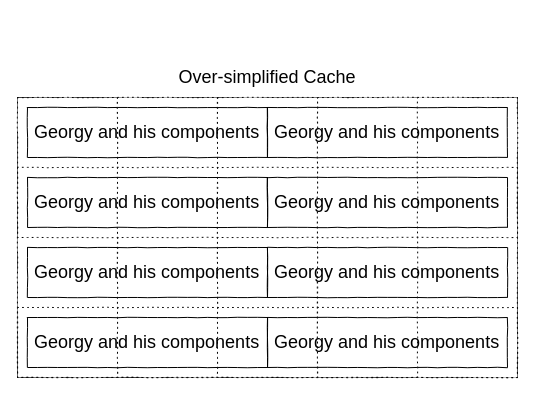
This is page "Page-1" (1 of 2) of ECS_2/What_is_ECS_part_2.drawio from PaperPrototype/flowchart-diagrams, a draw.io file, before an edit. Source tidied: cells renumbered, new cells numbered last; positions are measured from the earlier drawing's top-left corner, leaving out a move shared by most shapes. Both pictures are drawn from the tidied source at 100%, with x=0, y=0 at pixel (17, 67).
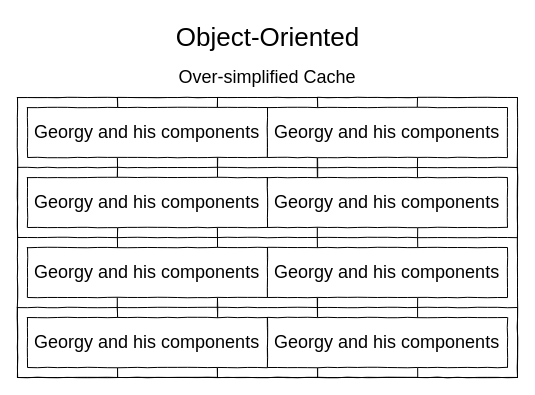
The same page after the edit.

Diff of the diagram source:
```diff
@@
 <mxGraphModel>
   <root>
     <mxCell id="0" />
     <mxCell id="1" parent="0" />
     <mxCell id="2" style="rounded=0;whiteSpace=wrap;html=1;" parent="1" vertex="1">
       <mxGeometry y="30" width="500" height="280" as="geometry" />
     </mxCell>
     <mxCell id="3" value="Over-simplified Cache" style="text;html=1;strokeColor=none;fillColor=none;align=center;verticalAlign=middle;whiteSpace=wrap;rounded=0;fontSize=18;" parent="1" vertex="1">
       <mxGeometry x="65" width="370" height="20" as="geometry" />
     </mxCell>
-    <mxCell id="4" style="rounded=0;whiteSpace=wrap;html=1;comic=1;jiggle=0.5;fontSize=18;align=left;dashed=1;dashPattern=1 4;" parent="1" vertex="1">
+    <mxCell id="4" style="rounded=0;whiteSpace=wrap;html=1;comic=1;jiggle=0.5;fontSize=18;align=left;" parent="1" vertex="1">
       <mxGeometry y="30" width="100" height="280" as="geometry" />
     </mxCell>
-    <mxCell id="5" style="rounded=0;whiteSpace=wrap;html=1;comic=1;jiggle=0.5;fontSize=18;align=left;dashed=1;dashPattern=1 4;" parent="1" vertex="1">
+    <mxCell id="5" style="rounded=0;whiteSpace=wrap;html=1;comic=1;jiggle=0.5;fontSize=18;align=left;" parent="1" vertex="1">
       <mxGeometry x="100" y="30" width="100" height="280" as="geometry" />
     </mxCell>
-    <mxCell id="6" style="rounded=0;whiteSpace=wrap;html=1;comic=1;jiggle=0.5;fontSize=18;align=left;dashed=1;dashPattern=1 4;" parent="1" vertex="1">
+    <mxCell id="6" style="rounded=0;whiteSpace=wrap;html=1;comic=1;jiggle=0.5;fontSize=18;align=left;" parent="1" vertex="1">
       <mxGeometry x="200" y="30" width="100" height="280" as="geometry" />
     </mxCell>
-    <mxCell id="7" style="rounded=0;whiteSpace=wrap;html=1;comic=1;jiggle=0.5;fontSize=18;align=left;dashed=1;dashPattern=1 4;" parent="1" vertex="1">
+    <mxCell id="7" style="rounded=0;whiteSpace=wrap;html=1;comic=1;jiggle=0.5;fontSize=18;align=left;" parent="1" vertex="1">
       <mxGeometry x="300" y="30" width="110" height="280" as="geometry" />
     </mxCell>
-    <mxCell id="8" style="rounded=0;whiteSpace=wrap;html=1;comic=1;jiggle=0.5;fontSize=18;align=left;dashed=1;dashPattern=1 4;" parent="1" vertex="1">
+    <mxCell id="8" style="rounded=0;whiteSpace=wrap;html=1;comic=1;jiggle=0.5;fontSize=18;align=left;" parent="1" vertex="1">
       <mxGeometry x="400" y="30" width="100" height="280" as="geometry" />
     </mxCell>
-    <mxCell id="9" style="rounded=0;whiteSpace=wrap;html=1;comic=1;jiggle=0.5;fontSize=18;align=left;dashed=1;dashPattern=1 4;fillColor=none;" parent="1" vertex="1">
+    <mxCell id="9" style="rounded=0;whiteSpace=wrap;html=1;comic=1;jiggle=0.5;fontSize=18;align=left;fillColor=none;" parent="1" vertex="1">
       <mxGeometry y="240" width="500" height="70" as="geometry" />
     </mxCell>
-    <mxCell id="10" style="rounded=0;whiteSpace=wrap;html=1;comic=1;jiggle=0.5;fontSize=18;align=left;dashed=1;dashPattern=1 4;fillColor=none;" parent="1" vertex="1">
+    <mxCell id="10" style="rounded=0;whiteSpace=wrap;html=1;comic=1;jiggle=0.5;fontSize=18;align=left;fillColor=none;" parent="1" vertex="1">
       <mxGeometry y="100" width="500" height="70" as="geometry" />
     </mxCell>
-    <mxCell id="11" value="&amp;nbsp;Georgy and his components" style="rounded=0;whiteSpace=wrap;html=1;comic=1;jiggle=0.5;fillColor=none;fontFamily=Helvetica;fontSize=18;align=left;" parent="1" vertex="1">
+    <mxCell id="11" value="&amp;nbsp;Georgy and his components" style="rounded=0;whiteSpace=wrap;html=1;comic=1;jiggle=0.5;fontFamily=Helvetica;fontSize=18;align=left;" parent="1" vertex="1">
       <mxGeometry x="10" y="40" width="240" height="50" as="geometry" />
     </mxCell>
-    <mxCell id="12" value="&amp;nbsp;Georgy and his components" style="rounded=0;whiteSpace=wrap;html=1;comic=1;jiggle=0.5;fillColor=none;fontFamily=Helvetica;fontSize=18;align=left;" parent="1" vertex="1">
+    <mxCell id="12" value="&amp;nbsp;Georgy and his components" style="rounded=0;whiteSpace=wrap;html=1;comic=1;jiggle=0.5;fontFamily=Helvetica;fontSize=18;align=left;" parent="1" vertex="1">
       <mxGeometry x="250" y="40" width="240" height="50" as="geometry" />
     </mxCell>
-    <mxCell id="13" value="&amp;nbsp;Georgy and his components" style="rounded=0;whiteSpace=wrap;html=1;comic=1;jiggle=0.5;fillColor=none;fontFamily=Helvetica;fontSize=18;align=left;" parent="1" vertex="1">
+    <mxCell id="13" value="&amp;nbsp;Georgy and his components" style="rounded=0;whiteSpace=wrap;html=1;comic=1;jiggle=0.5;fontFamily=Helvetica;fontSize=18;align=left;" parent="1" vertex="1">
       <mxGeometry x="10" y="110" width="240" height="50" as="geometry" />
     </mxCell>
-    <mxCell id="14" value="&amp;nbsp;Georgy and his components" style="rounded=0;whiteSpace=wrap;html=1;comic=1;jiggle=0.5;fillColor=none;fontFamily=Helvetica;fontSize=18;align=left;" parent="1" vertex="1">
+    <mxCell id="14" value="&amp;nbsp;Georgy and his components" style="rounded=0;whiteSpace=wrap;html=1;comic=1;jiggle=0.5;fontFamily=Helvetica;fontSize=18;align=left;" parent="1" vertex="1">
       <mxGeometry x="250" y="110" width="240" height="50" as="geometry" />
     </mxCell>
-    <mxCell id="15" value="&amp;nbsp;Georgy and his components" style="rounded=0;whiteSpace=wrap;html=1;comic=1;jiggle=0.5;fillColor=none;fontFamily=Helvetica;fontSize=18;align=left;" parent="1" vertex="1">
+    <mxCell id="15" value="&amp;nbsp;Georgy and his components" style="rounded=0;whiteSpace=wrap;html=1;comic=1;jiggle=0.5;fontFamily=Helvetica;fontSize=18;align=left;" parent="1" vertex="1">
       <mxGeometry x="10" y="180" width="240" height="50" as="geometry" />
     </mxCell>
-    <mxCell id="16" value="&amp;nbsp;Georgy and his components" style="rounded=0;whiteSpace=wrap;html=1;comic=1;jiggle=0.5;fillColor=none;fontFamily=Helvetica;fontSize=18;align=left;" parent="1" vertex="1">
+    <mxCell id="16" value="&amp;nbsp;Georgy and his components" style="rounded=0;whiteSpace=wrap;html=1;comic=1;jiggle=0.5;fontFamily=Helvetica;fontSize=18;align=left;" parent="1" vertex="1">
       <mxGeometry x="250" y="180" width="240" height="50" as="geometry" />
     </mxCell>
-    <mxCell id="17" value="&amp;nbsp;Georgy and his components" style="rounded=0;whiteSpace=wrap;html=1;comic=1;jiggle=0.5;fillColor=none;fontFamily=Helvetica;fontSize=18;align=left;" parent="1" vertex="1">
+    <mxCell id="17" value="&amp;nbsp;Georgy and his components" style="rounded=0;whiteSpace=wrap;html=1;comic=1;jiggle=0.5;fontFamily=Helvetica;fontSize=18;align=left;" parent="1" vertex="1">
       <mxGeometry x="10" y="250" width="240" height="50" as="geometry" />
     </mxCell>
-    <mxCell id="18" value="&amp;nbsp;Georgy and his components" style="rounded=0;whiteSpace=wrap;html=1;comic=1;jiggle=0.5;fillColor=none;fontFamily=Helvetica;fontSize=18;align=left;" parent="1" vertex="1">
+    <mxCell id="18" value="&amp;nbsp;Georgy and his components" style="rounded=0;whiteSpace=wrap;html=1;comic=1;jiggle=0.5;fontFamily=Helvetica;fontSize=18;align=left;" parent="1" vertex="1">
       <mxGeometry x="250" y="250" width="240" height="50" as="geometry" />
     </mxCell>
+    <mxCell id="19" value="Object-Oriented" style="text;html=1;strokeColor=none;fillColor=none;align=center;verticalAlign=middle;whiteSpace=wrap;rounded=0;comic=1;jiggle=0.5;fontFamily=Helvetica;fontSize=26;" parent="1" vertex="1">
+      <mxGeometry x="107.5" y="-50" width="285" height="40" as="geometry" />
+    </mxCell>
   </root>
 </mxGraphModel>
```
